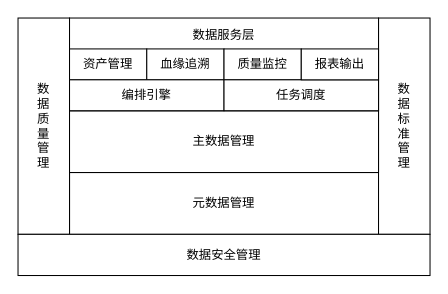
This is 数据平台分层结构.drawio from jingmian/design-repo, a draw.io file, before an edit. Source tidied: cells renumbered, new cells numbered last; positions are measured from the earlier drawing's top-left corner, leaving out a move shared by most shapes. Both pictures are drawn from the tidied source at 103%, with x=0, y=0 at pixel (18, 18).
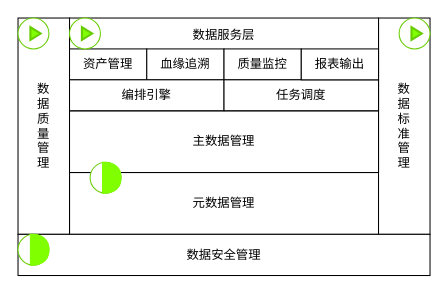
The same diagram, later.

Commit message:
更新数据平台分层结构.drawio

The edit, as a diff of the source:
```diff
@@
-    <mxCell id="7" value="数据服务层&lt;br&gt;&lt;br&gt;&lt;br&gt;&lt;br&gt;&lt;br&gt;" style="rounded=0;whiteSpace=wrap;html=1;align=center;" parent="1" vertex="1">
+    <mxCell id="7" value="数据服务层&lt;br&gt;&lt;br&gt;&lt;br&gt;&lt;br&gt;&lt;br&gt;" style="rounded=0;whiteSpace=wrap;html=1;align=center;strokeColor=#000000;" parent="1" vertex="1">
       <mxGeometry x="50" width="300" height="90" as="geometry" />
     </mxCell>
@@
+    <mxCell id="14" style="group;" parent="1" vertex="1">
+      <mxGeometry width="30" height="30" as="geometry" />
+    </mxCell>
+    <mxCell id="15" style="group;" parent="14" vertex="1">
+      <mxGeometry width="30" height="30" as="geometry" />
+    </mxCell>
+    <mxCell id="16" style="ellipse;whiteSpace=wrap;html=1;strokeColor=#66CC00;" parent="15" vertex="1">
+      <mxGeometry width="30" height="30" as="geometry" />
+    </mxCell>
+    <mxCell id="17" style="triangle;whiteSpace=wrap;html=1;strokeColor=#66CC00;strokeWidth=2;fillColor=#80FF00;" parent="15" vertex="1">
+      <mxGeometry x="12" y="8.8" width="10" height="12.5" as="geometry" />
+    </mxCell>
+    <mxCell id="18" style="group;" parent="1" vertex="1">
+      <mxGeometry x="370" width="30" height="30" as="geometry" />
+    </mxCell>
+    <mxCell id="19" style="group;" parent="18" vertex="1">
+      <mxGeometry width="30" height="30" as="geometry" />
+    </mxCell>
+    <mxCell id="20" style="ellipse;whiteSpace=wrap;html=1;strokeColor=#66CC00;" parent="19" vertex="1">
+      <mxGeometry width="30" height="30" as="geometry" />
+    </mxCell>
+    <mxCell id="21" style="triangle;whiteSpace=wrap;html=1;strokeColor=#66CC00;strokeWidth=2;fillColor=#80FF00;" parent="19" vertex="1">
+      <mxGeometry x="12" y="8.8" width="10" height="12.5" as="geometry" />
+    </mxCell>
+    <mxCell id="22" style="group;" parent="1" vertex="1">
+      <mxGeometry x="50" width="30" height="30" as="geometry" />
+    </mxCell>
+    <mxCell id="23" style="group;" parent="22" vertex="1">
+      <mxGeometry width="30" height="30" as="geometry" />
+    </mxCell>
+    <mxCell id="24" style="ellipse;whiteSpace=wrap;html=1;strokeColor=#66CC00;" parent="23" vertex="1">
+      <mxGeometry width="30" height="30" as="geometry" />
+    </mxCell>
+    <mxCell id="25" style="triangle;whiteSpace=wrap;html=1;strokeColor=#66CC00;strokeWidth=2;fillColor=#80FF00;" parent="23" vertex="1">
+      <mxGeometry x="12" y="8.8" width="10" height="12.5" as="geometry" />
+    </mxCell>
+    <mxCell id="26" style="group;" parent="1" vertex="1">
+      <mxGeometry y="210" width="30" height="40" as="geometry" />
+    </mxCell>
+    <mxCell id="27" style="group;" parent="26" vertex="1">
+      <mxGeometry width="30" height="40" as="geometry" />
+    </mxCell>
+    <mxCell id="28" style="group;" parent="27" vertex="1">
+      <mxGeometry width="30" height="40" as="geometry" />
+    </mxCell>
+    <mxCell id="29" style="group;" parent="28" vertex="1">
+      <mxGeometry width="30" height="40" as="geometry" />
+    </mxCell>
+    <mxCell id="30" style="ellipse;whiteSpace=wrap;html=1;strokeColor=#66CC00;" parent="29" vertex="1">
+      <mxGeometry width="30" height="30" as="geometry" />
+    </mxCell>
+    <mxCell id="31" style="shape=or;whiteSpace=wrap;html=1;strokeColor=#80FF00;strokeWidth=1;fillColor=#80FF00;" parent="29" vertex="1">
+      <mxGeometry x="12" width="18" height="30" as="geometry" />
+    </mxCell>
+    <mxCell id="32" style="group;" parent="1" vertex="1">
+      <mxGeometry x="70" y="140" width="30" height="40" as="geometry" />
+    </mxCell>
+    <mxCell id="33" style="group;" parent="32" vertex="1">
+      <mxGeometry width="30" height="40" as="geometry" />
+    </mxCell>
+    <mxCell id="34" style="group;" parent="33" vertex="1">
+      <mxGeometry width="30" height="40" as="geometry" />
+    </mxCell>
+    <mxCell id="35" style="group;" parent="34" vertex="1">
+      <mxGeometry width="30" height="40" as="geometry" />
+    </mxCell>
+    <mxCell id="36" style="group;" parent="35" vertex="1">
+      <mxGeometry width="30" height="40" as="geometry" />
+    </mxCell>
+    <mxCell id="37" style="ellipse;whiteSpace=wrap;html=1;strokeColor=#66CC00;" parent="36" vertex="1">
+      <mxGeometry width="30" height="30" as="geometry" />
+    </mxCell>
+    <mxCell id="38" style="shape=or;whiteSpace=wrap;html=1;strokeColor=#80FF00;strokeWidth=1;fillColor=#80FF00;" parent="36" vertex="1">
+      <mxGeometry x="12" width="18" height="30" as="geometry" />
+    </mxCell>
```
